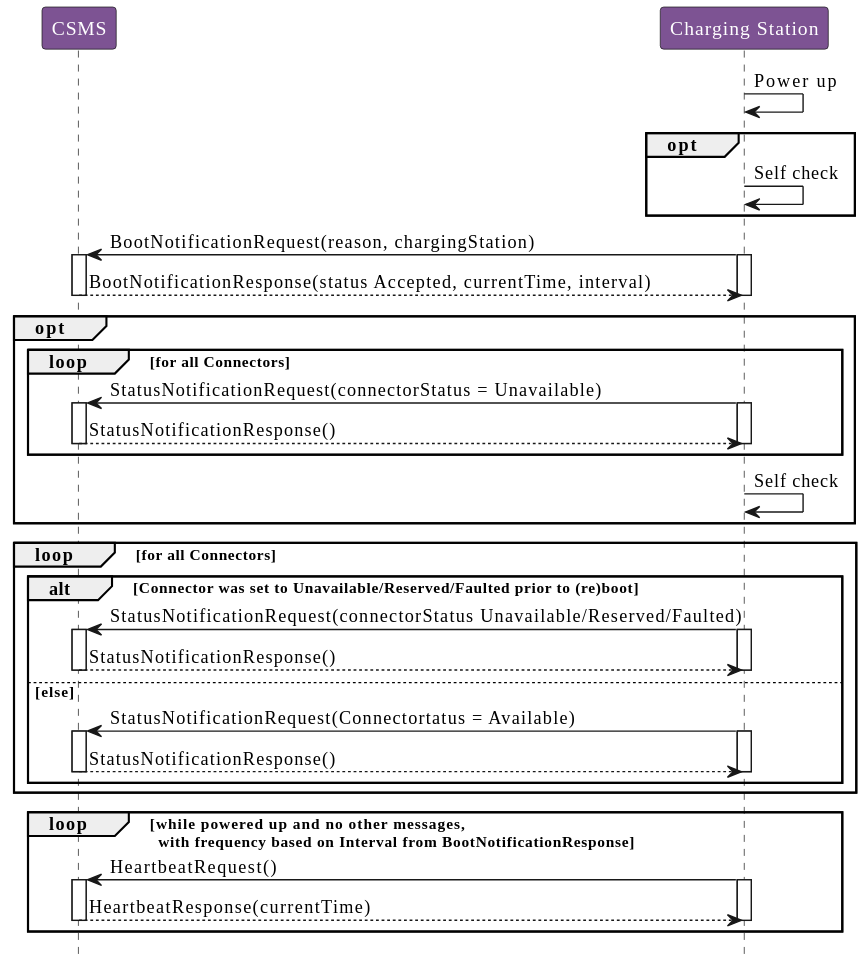
Above: OCPP_2.0.1/part2/images/figure_10.svg in phoi5675/ocpp-markdown (PlantUML), before the change.
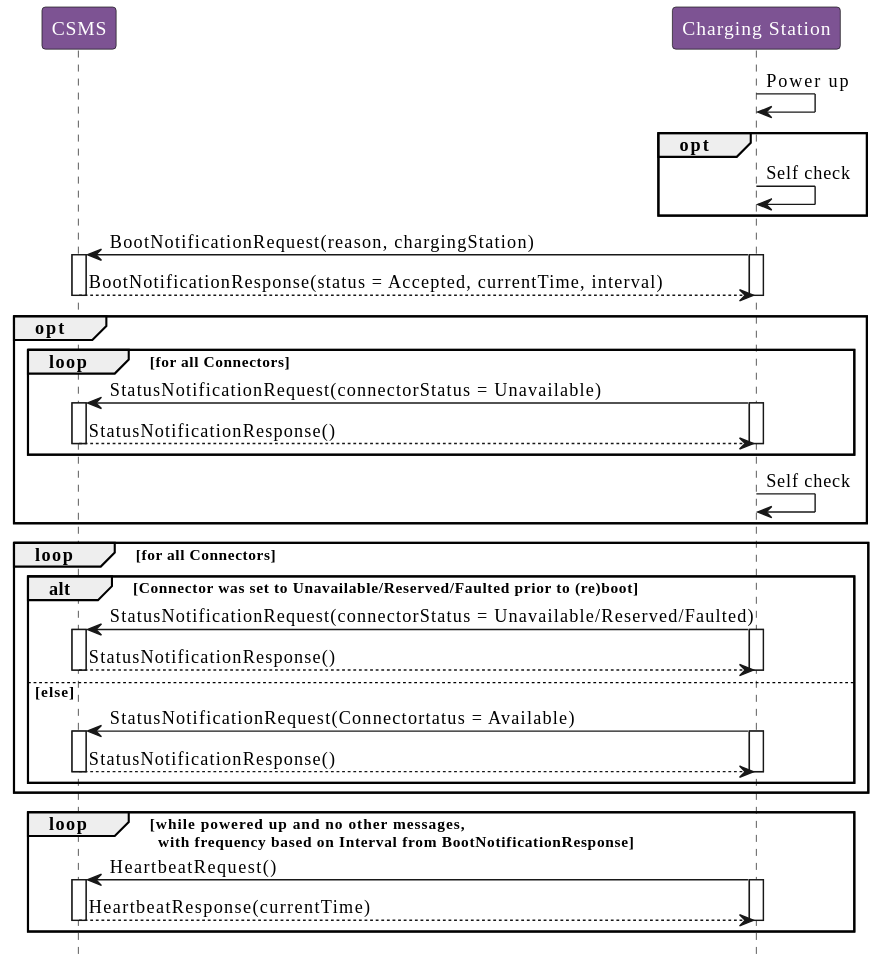
The same file after the commit.

The edit, as a diff of the source:
```diff
@@ -14,7 +14,7 @@
 activate ChargingStation
 activate CSMS
 
-CSMS --> ChargingStation: BootNotificationResponse(status  Accepted, currentTime, interval)
+CSMS --> ChargingStation: BootNotificationResponse(status = Accepted, currentTime, interval)
 deactivate ChargingStation
 deactivate CSMS
 
@@ -34,7 +34,7 @@
 
 loop for all Connectors
   alt Connector was set to Unavailable/Reserved/Faulted prior to (re)boot
-    ChargingStation -> CSMS: StatusNotificationRequest(connectorStatus  Unavailable/Reserved/Faulted)
+    ChargingStation -> CSMS: StatusNotificationRequest(connectorStatus = Unavailable/Reserved/Faulted)
     activate ChargingStation
     activate CSMS
 
```
